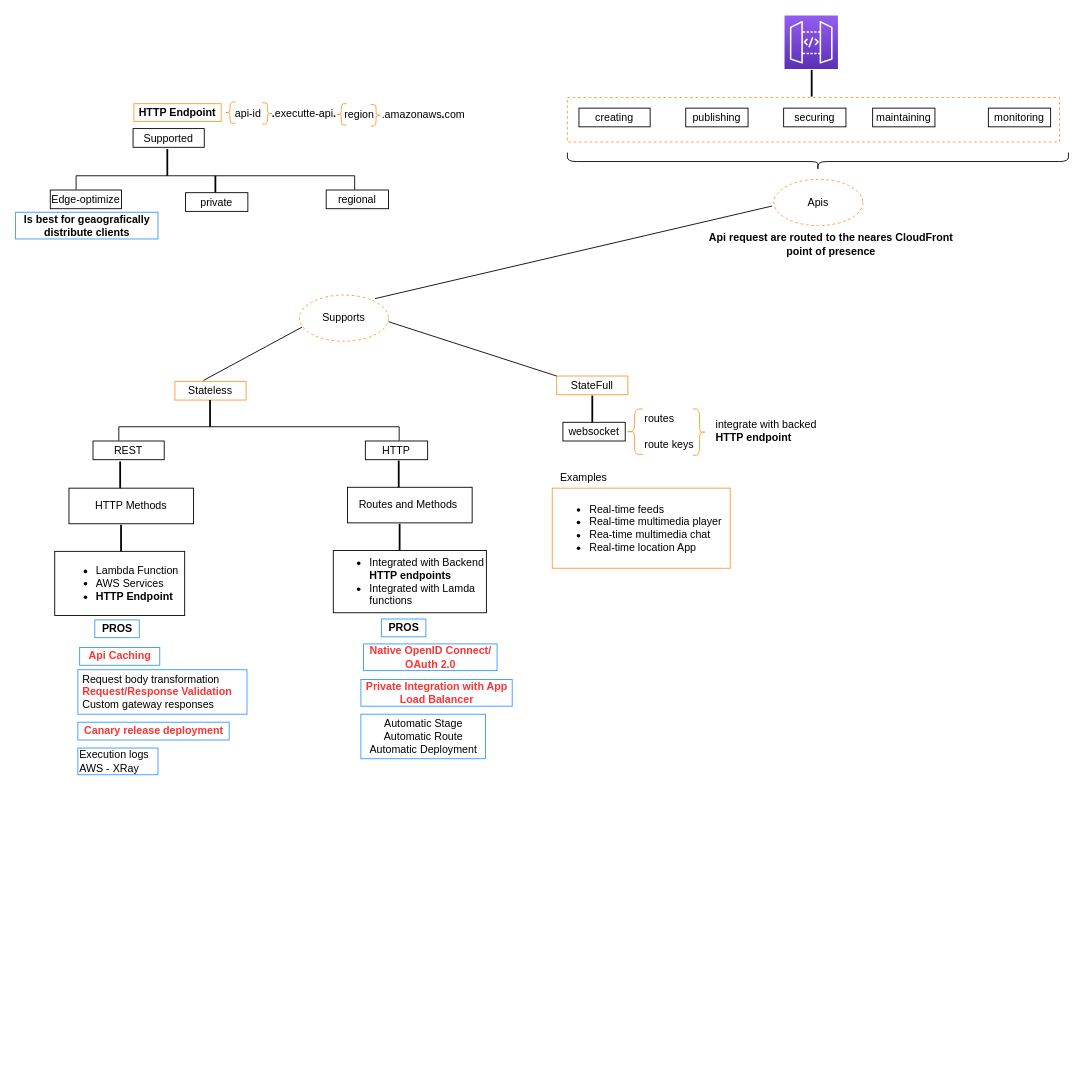
The draw.io diagram certification/apigateway/api_gateway.drawio in ldipotetjob/AWS, before the edit. Source tidied: cells renumbered, new cells numbered last; positions are measured from the earlier drawing's top-left corner, leaving out a move shared by most shapes. Both pictures are drawn from the tidied source at 89%, with x=0, y=0 at pixel (15, 15).
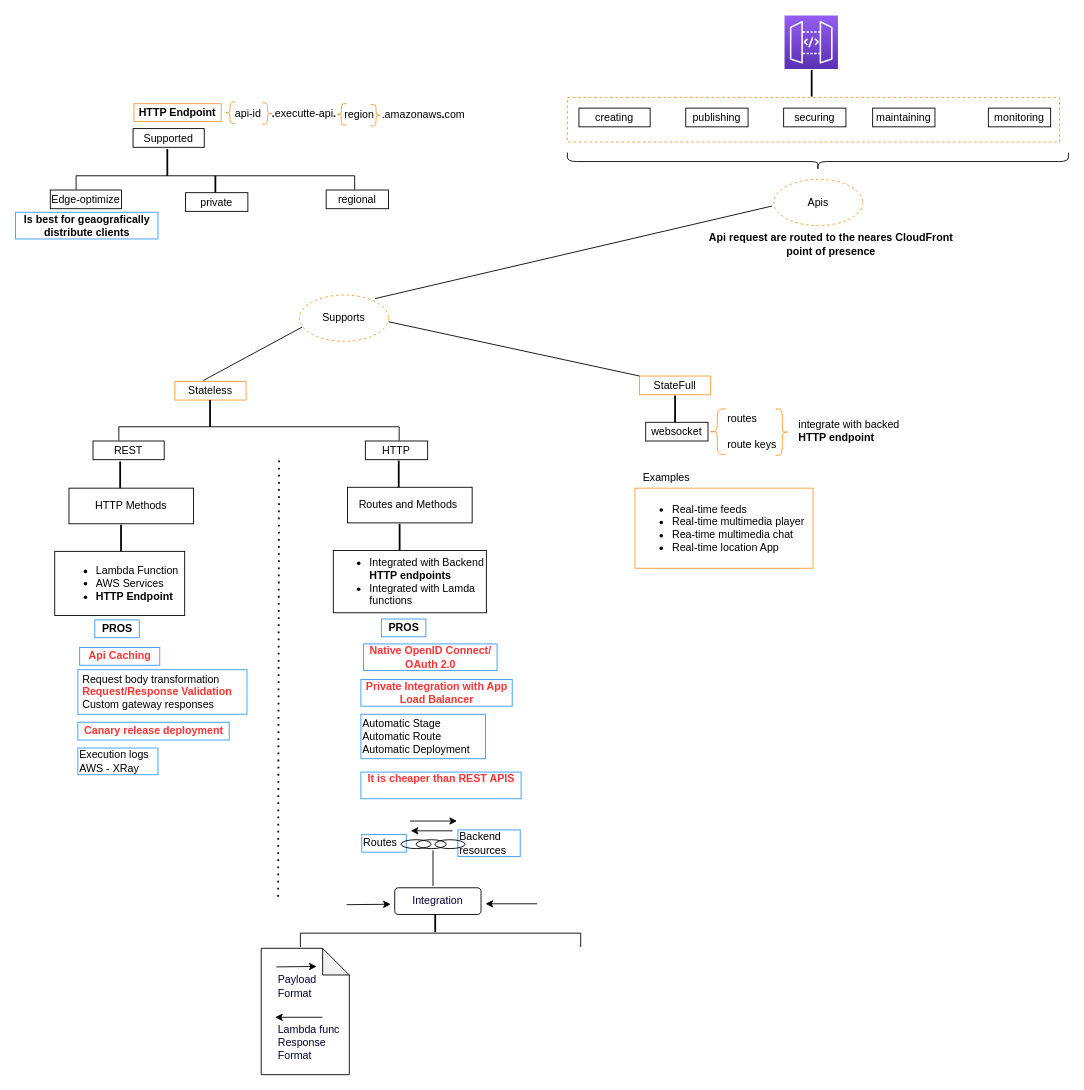
The same diagram, later.

What changed in the source:
```diff
@@
     <mxCell id="15" value="websocket" style="rounded=0;whiteSpace=wrap;html=1;" parent="1" vertex="1">
-      <mxGeometry x="615" y="457" width="70" height="21" as="geometry" />
+      <mxGeometry x="708" y="457" width="70" height="21" as="geometry" />
     </mxCell>
@@
     <mxCell id="19" value="StateFull" style="rounded=0;whiteSpace=wrap;html=1;fillColor=none;strokeColor=#FF9933;" parent="1" vertex="1">
-      <mxGeometry x="608" y="405" width="80" height="21" as="geometry" />
+      <mxGeometry x="701" y="405" width="80" height="21" as="geometry" />
     </mxCell>
@@
     <mxCell id="30" style="line;strokeWidth=2;direction=south;html=1;" parent="1" vertex="1">
-      <mxGeometry x="647.5" y="427" width="1" height="30" as="geometry" />
+      <mxGeometry x="740.5" y="427" width="1" height="30" as="geometry" />
     </mxCell>
     <mxCell id="31" style="shape=curlyBracket;whiteSpace=wrap;html=1;rounded=1;strokeColor=#FF9933;fillColor=none;" parent="1" vertex="1">
-      <mxGeometry x="686" y="442" width="19" height="51" as="geometry" />
+      <mxGeometry x="779" y="442" width="19" height="51" as="geometry" />
     </mxCell>
     <mxCell id="32" style="shape=curlyBracket;whiteSpace=wrap;html=1;rounded=1;strokeColor=#FF9933;fillColor=none;rotation=-180;" parent="1" vertex="1">
-      <mxGeometry x="761" y="442" width="15" height="52" as="geometry" />
+      <mxGeometry x="854" y="442" width="15" height="52" as="geometry" />
     </mxCell>
     <mxCell id="33" value="routes&lt;br&gt;&lt;br&gt;route keys" style="text;html=1;align=left;verticalAlign=middle;strokeColor=none;fillColor=none;" parent="1" vertex="1">
-      <mxGeometry x="705" y="442" width="70" height="50" as="geometry" />
+      <mxGeometry x="798" y="442" width="70" height="50" as="geometry" />
     </mxCell>
     <mxCell id="34" value="integrate with backed &lt;br&gt;&lt;b&gt;HTTP endpoint&lt;/b&gt;" style="text;html=1;align=left;verticalAlign=middle;strokeColor=none;fillColor=none;" parent="1" vertex="1">
-      <mxGeometry x="785" y="452" width="130" height="30" as="geometry" />
+      <mxGeometry x="878" y="452" width="130" height="30" as="geometry" />
     </mxCell>
     <mxCell id="35" value="&lt;ul&gt;&lt;li&gt;Real-time feeds&lt;/li&gt;&lt;li&gt;Real-time multimedia player&lt;/li&gt;&lt;li&gt;Rea-time multimedia chat&lt;/li&gt;&lt;li&gt;Real-time location App&lt;/li&gt;&lt;/ul&gt;" style="text;html=1;align=left;verticalAlign=middle;strokeColor=#FF9933;fillColor=none;" parent="1" vertex="1">
-      <mxGeometry x="603" y="531" width="200" height="90" as="geometry" />
+      <mxGeometry x="696" y="531" width="200" height="90" as="geometry" />
     </mxCell>
     <mxCell id="36" value="Examples" style="text;html=1;align=center;verticalAlign=middle;strokeColor=none;fillColor=none;" parent="1" vertex="1">
-      <mxGeometry x="603" y="509" width="70" height="20" as="geometry" />
+      <mxGeometry x="696" y="509" width="70" height="20" as="geometry" />
     </mxCell>
@@
-    <mxCell id="64" value="Automatic Stage&lt;br&gt;Automatic Route&lt;br&gt;Automatic Deployment" style="text;html=1;align=center;verticalAlign=middle;strokeColor=#3399FF;fillColor=none;" parent="1" vertex="1">
+    <mxCell id="64" value="Automatic Stage&lt;br&gt;Automatic Route&lt;br&gt;Automatic Deployment" style="text;html=1;align=left;verticalAlign=middle;strokeColor=#3399FF;fillColor=none;" parent="1" vertex="1">
       <mxGeometry x="388" y="785" width="140" height="50" as="geometry" />
     </mxCell>
+    <mxCell id="65" value="&lt;font color=&quot;#ff3333&quot;&gt;&lt;b&gt;It is cheaper than REST APIS&lt;br&gt;&lt;br&gt;&lt;/b&gt;&lt;/font&gt;" style="text;html=1;align=center;verticalAlign=middle;strokeColor=#3399FF;fillColor=none;" parent="1" vertex="1">
+      <mxGeometry x="388" y="850" width="180" height="30" as="geometry" />
+    </mxCell>
+    <mxCell id="66" style="endArrow=none;dashed=1;html=1;dashPattern=1 3;strokeWidth=2;rounded=0;fontColor=#FF3333;" parent="1" edge="1">
+      <mxGeometry relative="1" as="geometry">
+        <mxPoint x="295" y="990" as="sourcePoint" />
+        <mxPoint x="296" y="500" as="targetPoint" />
+      </mxGeometry>
+    </mxCell>
+    <mxCell id="67" value="Routes" style="text;html=1;align=left;verticalAlign=middle;strokeColor=#3399FF;fillColor=none;" parent="1" vertex="1">
+      <mxGeometry x="389" y="920" width="50" height="20" as="geometry" />
+    </mxCell>
+    <mxCell id="68" value="Backend&lt;br&gt;resources" style="text;html=1;align=left;verticalAlign=middle;strokeColor=#3399FF;fillColor=none;" parent="1" vertex="1">
+      <mxGeometry x="497" y="915" width="70" height="30" as="geometry" />
+    </mxCell>
+    <mxCell id="69" style="ellipse;whiteSpace=wrap;html=1;fontColor=#FF3333;fillColor=none;" parent="1" vertex="1">
+      <mxGeometry x="433" y="926" width="34" height="10" as="geometry" />
+    </mxCell>
+    <mxCell id="70" style="ellipse;whiteSpace=wrap;html=1;fontColor=#FF3333;fillColor=none;" parent="1" vertex="1">
+      <mxGeometry x="471" y="926" width="34" height="10" as="geometry" />
+    </mxCell>
+    <mxCell id="71" style="ellipse;whiteSpace=wrap;html=1;fontColor=#FF3333;fillColor=none;" parent="1" vertex="1">
+      <mxGeometry x="450" y="926" width="34" height="10" as="geometry" />
+    </mxCell>
+    <mxCell id="72" value="Integration" style="rounded=1;whiteSpace=wrap;html=1;fontColor=#000033;fillColor=none;" parent="1" vertex="1">
+      <mxGeometry x="426" y="980" width="97" height="30" as="geometry" />
+    </mxCell>
+    <mxCell id="73" style="endArrow=classic;html=1;rounded=0;fontColor=#000033;" parent="1" edge="1">
+      <mxGeometry relative="1" as="geometry">
+        <mxPoint x="372" y="999" as="sourcePoint" />
+        <mxPoint x="421.5" y="998.5" as="targetPoint" />
+      </mxGeometry>
+    </mxCell>
+    <mxCell id="74" style="endArrow=classic;html=1;rounded=0;fontColor=#000033;" parent="1" edge="1">
+      <mxGeometry relative="1" as="geometry">
+        <mxPoint x="586" y="998" as="sourcePoint" />
+        <mxPoint x="528" y="998" as="targetPoint" />
+      </mxGeometry>
+    </mxCell>
+    <mxCell id="75" style="endArrow=classic;html=1;rounded=0;fontColor=#000033;" parent="1" edge="1">
+      <mxGeometry relative="1" as="geometry">
+        <mxPoint x="443" y="905" as="sourcePoint" />
+        <mxPoint x="496" y="905" as="targetPoint" />
+      </mxGeometry>
+    </mxCell>
+    <mxCell id="76" style="endArrow=classic;html=1;rounded=0;fontColor=#000033;" parent="1" edge="1">
+      <mxGeometry relative="1" as="geometry">
+        <mxPoint x="491" y="916" as="sourcePoint" />
+        <mxPoint x="444" y="916" as="targetPoint" />
+      </mxGeometry>
+    </mxCell>
+    <mxCell id="77" style="endArrow=none;html=1;rounded=0;fontColor=#000033;" parent="1" edge="1">
+      <mxGeometry relative="1" as="geometry">
+        <mxPoint x="469" y="978" as="sourcePoint" />
+        <mxPoint x="469" y="938" as="targetPoint" />
+      </mxGeometry>
+    </mxCell>
+    <mxCell id="78" style="shape=partialRectangle;whiteSpace=wrap;html=1;bottom=1;right=1;left=1;top=0;fillColor=none;routingCenterX=-0.5;rotation=-180;direction=east;" parent="1" vertex="1">
+      <mxGeometry x="320" y="1031" width="315" height="15" as="geometry" />
+    </mxCell>
+    <mxCell id="79" style="line;strokeWidth=2;direction=south;html=1;" parent="1" vertex="1">
+      <mxGeometry x="471" y="1010" width="1" height="20" as="geometry" />
+    </mxCell>
+    <mxCell id="80" style="group;" parent="1" vertex="1">
+      <mxGeometry x="276" y="1048" width="99" height="142" as="geometry" />
+    </mxCell>
+    <mxCell id="81" style="shape=note;whiteSpace=wrap;html=1;backgroundOutline=1;darkOpacity=0.05;fontColor=#000033;fillColor=none;" parent="80" vertex="1">
+      <mxGeometry width="99" height="142" as="geometry" />
+    </mxCell>
+    <mxCell id="82" value="Payload&amp;nbsp;&lt;br&gt;Format" style="text;html=1;align=left;verticalAlign=middle;strokeColor=none;fillColor=none;fontColor=#000033;" parent="80" vertex="1">
+      <mxGeometry x="16.5" y="28.4" width="60" height="30" as="geometry" />
+    </mxCell>
+    <mxCell id="83" value="Lambda func&lt;br&gt;Response&amp;nbsp;&lt;br&gt;Format" style="text;html=1;align=left;verticalAlign=middle;strokeColor=none;fillColor=none;fontColor=#000033;" parent="80" vertex="1">
+      <mxGeometry x="17.4" y="81" width="80" height="50" as="geometry" />
+    </mxCell>
+    <mxCell id="84" style="endArrow=classic;html=1;rounded=0;fontColor=#000033;" parent="80" edge="1">
+      <mxGeometry relative="1" as="geometry">
+        <mxPoint x="17" y="20.9" as="sourcePoint" />
+        <mxPoint x="62.3" y="20.4" as="targetPoint" />
+      </mxGeometry>
+    </mxCell>
+    <mxCell id="85" style="endArrow=classic;html=1;rounded=0;fontColor=#000033;" parent="80" edge="1">
+      <mxGeometry relative="1" as="geometry">
+        <mxPoint x="68.8" y="77.5" as="sourcePoint" />
+        <mxPoint x="15.6" y="77.5" as="targetPoint" />
+      </mxGeometry>
+    </mxCell>
```
